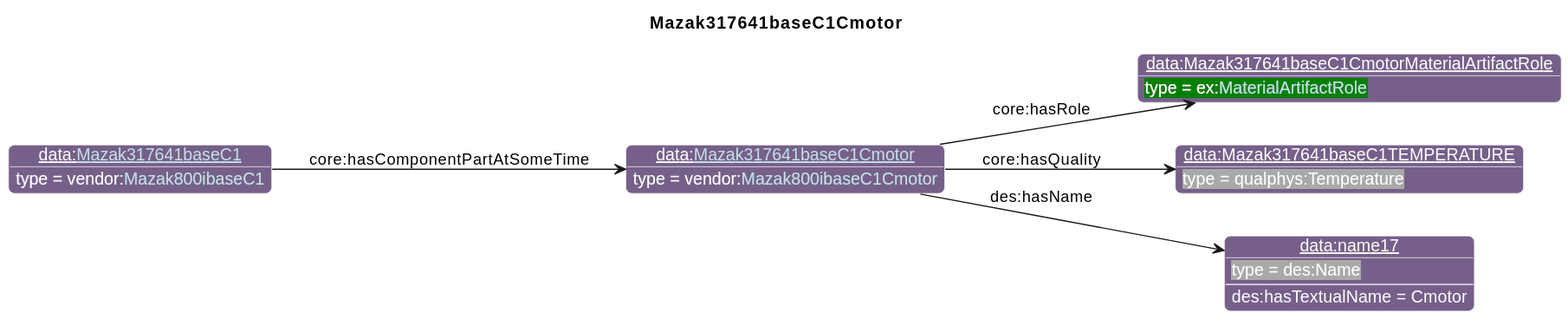
Earlier version of the PlantUML export diagrams/Mazak317641baseC1Cmotor.svg (iofoundry/example-syseng-mtconnect). The source it was exported from:
```plantuml
@startuml
!include ../iof.iuml

<style>
object {
  HyperlinkColor #C4E1E6
}
</style>

left to right direction
skinparam linetype polyline
title Mazak317641baseC1Cmotor

!$default_direction = down

!$namespace_colors = { "bfo":"DFA702",
                      "iof":"1E90FF",
                      "ns":"Green",
                      "ns1":"76608A",
                      "core":"000000",
                      "ex":"Green",
                      "data":"76608A",
                      "vendor":"76608A",
                      "units":"8A2D3B",
                      "cmns-dsg":"3A0519",
                      "qp":"641B2E"
      }
individual(o0, data:[[./Mazak317641baseC1Cmotor.html Mazak317641baseC1Cmotor]], vendor:[[../Mazak.html#Mazak800ibaseC1Cmotor Mazak800ibaseC1Cmotor]])
individual(o1, data:Mazak317641baseC1CmotorMaterialArtifactRole, ex:[[../Example.html#MaterialArtifactRole MaterialArtifactRole]])
individual(o2, data:Mazak317641baseC1TEMPERATURE, qualphys:Temperature)
individual(o3, data:name17, des:Name)
individual(o4, data:[[./Mazak317641baseC1.html Mazak317641baseC1]], vendor:[[../Mazak.html#Mazak800ibaseC1 Mazak800ibaseC1]])
property(o0, "core:hasRole", o1)
property(o0, "core:hasQuality", o2)
property(o0, "des:hasName", o3)
data(o3, "des:hasTextualName", "Cmotor")
property(o4, "core:hasComponentPartAtSomeTime", o0)
@enduml
```
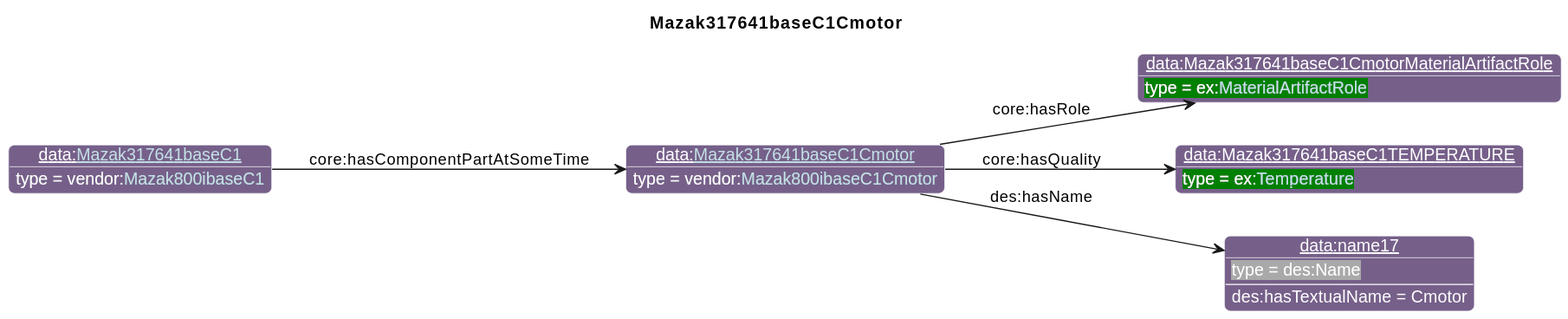
Above is the later version.

The edit, as a diff of the source:
```diff
@@ -27,7 +27,7 @@
       }
 individual(o0, data:[[./Mazak317641baseC1Cmotor.html Mazak317641baseC1Cmotor]], vendor:[[../Mazak.html#Mazak800ibaseC1Cmotor Mazak800ibaseC1Cmotor]])
 individual(o1, data:Mazak317641baseC1CmotorMaterialArtifactRole, ex:[[../Example.html#MaterialArtifactRole MaterialArtifactRole]])
-individual(o2, data:Mazak317641baseC1TEMPERATURE, qualphys:Temperature)
+individual(o2, data:Mazak317641baseC1TEMPERATURE, ex:[[../Example.html#Temperature Temperature]])
 individual(o3, data:name17, des:Name)
 individual(o4, data:[[./Mazak317641baseC1.html Mazak317641baseC1]], vendor:[[../Mazak.html#Mazak800ibaseC1 Mazak800ibaseC1]])
 property(o0, "core:hasRole", o1)
```
